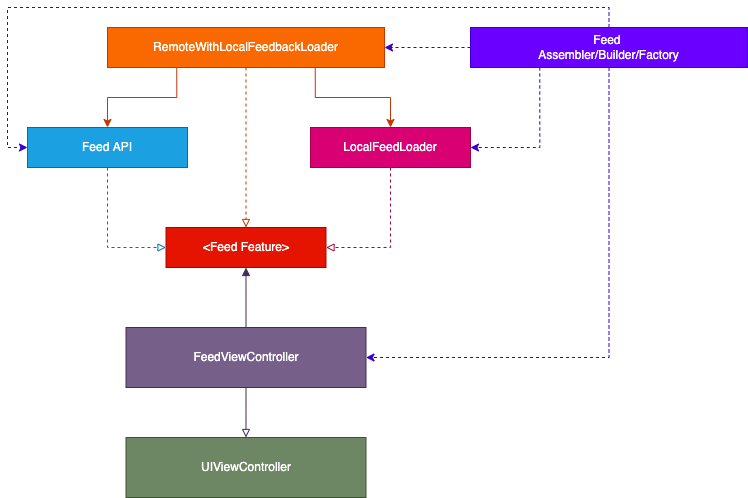
sebspi/essential-feed-case-study keeps this draw.io diagram as architecture.png. Above is the earlier version. Source tidied: cells renumbered, new cells last; positions are measured from the earlier drawing's top-left corner, leaving out a move shared by most shapes.
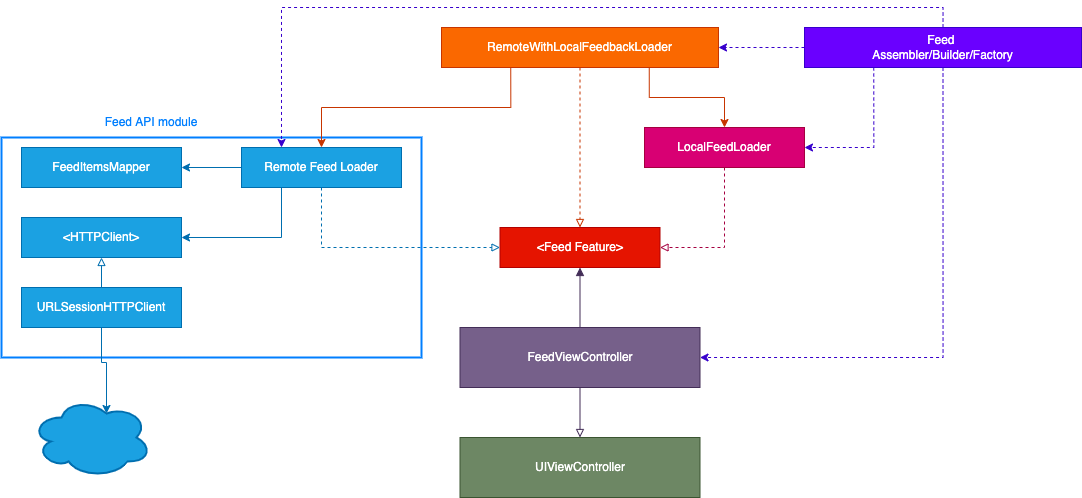
The same diagram one commit later.

Commit message:
Update architecture diagram - Added Feed API module with URLSessionHTTPClient

What changed in the source:
```diff
@@ -2,6 +2,9 @@
   <root>
     <mxCell id="0" />
     <mxCell id="1" parent="0" />
+    <mxCell id="20" style="rounded=0;whiteSpace=wrap;html=1;fillColor=none;strokeWidth=2;strokeColor=#007FFF;" parent="1" vertex="1">
+      <mxGeometry x="-360" y="110" width="420" height="220" as="geometry" />
+    </mxCell>
     <mxCell id="2" style="edgeStyle=orthogonalEdgeStyle;rounded=0;jettySize=auto;html=1;exitX=0.5;exitY=0;exitDx=0;exitDy=0;entryX=0.5;entryY=1;entryDx=0;entryDy=0;fontColor=#FFFFFF;endArrow=block;endFill=1;fillColor=#76608a;strokeColor=#432D57;" parent="1" edge="1" source="4" target="10">
       <mxGeometry relative="1" as="geometry" />
     </mxCell>
@@ -23,8 +26,18 @@
     <mxCell id="8" style="edgeStyle=orthogonalEdgeStyle;rounded=0;jettySize=auto;html=1;exitX=0.5;exitY=1;exitDx=0;exitDy=0;entryX=0;entryY=0.5;entryDx=0;entryDy=0;fontColor=#FFFFFF;endArrow=block;endFill=0;dashed=1;fillColor=#1ba1e2;strokeColor=#006EAF;" parent="1" edge="1" source="9" target="10">
       <mxGeometry relative="1" as="geometry" />
     </mxCell>
+    <mxCell id="21" style="edgeStyle=orthogonalEdgeStyle;rounded=0;jettySize=auto;html=1;exitX=0.25;exitY=1;exitDx=0;exitDy=0;fontColor=#007FFF;fillColor=#1ba1e2;strokeColor=#006EAF;" parent="1" edge="1" source="9" target="24">
+      <mxGeometry relative="1" as="geometry">
+        <Array as="points">
+          <mxPoint x="-80" y="140" />
+        </Array>
+      </mxGeometry>
+    </mxCell>
+    <mxCell id="22" style="edgeStyle=orthogonalEdgeStyle;rounded=0;jettySize=auto;html=1;exitX=0.25;exitY=1;exitDx=0;exitDy=0;entryX=1;entryY=0.5;entryDx=0;entryDy=0;fontColor=#007FFF;fillColor=#1ba1e2;strokeColor=#006EAF;" parent="1" edge="1" source="9" target="25">
+      <mxGeometry relative="1" as="geometry" />
+    </mxCell>
-    <mxCell id="9" value="Feed API" style="rounded=0;whiteSpace=wrap;html=1;fillColor=#1ba1e2;strokeColor=#006EAF;fontColor=#ffffff;" parent="1" vertex="1">
-      <mxGeometry y="100" width="160" height="40" as="geometry" />
+    <mxCell id="9" value="Remote Feed Loader" style="rounded=0;whiteSpace=wrap;html=1;fillColor=#1ba1e2;strokeColor=#006EAF;fontColor=#ffffff;" parent="1" vertex="1">
+      <mxGeometry x="-120" y="120" width="160" height="40" as="geometry" />
     </mxCell>
     <mxCell id="10" value="&amp;lt;Feed Feature&amp;gt;" style="rounded=0;whiteSpace=wrap;html=1;fillColor=#e51400;strokeColor=#B20000;fontColor=#ffffff;" parent="1" vertex="1">
       <mxGeometry x="138.5" y="200" width="160" height="40" as="geometry" />
@@ -50,11 +63,32 @@
     <mxCell id="17" style="edgeStyle=orthogonalEdgeStyle;rounded=0;jettySize=auto;html=1;exitX=0;exitY=0.5;exitDx=0;exitDy=0;entryX=1;entryY=0.5;entryDx=0;entryDy=0;dashed=1;fontColor=#FFFFFF;fillColor=#6a00ff;strokeColor=#3700CC;" parent="1" edge="1" source="19" target="14">
       <mxGeometry relative="1" as="geometry" />
     </mxCell>
-    <mxCell id="18" style="edgeStyle=orthogonalEdgeStyle;rounded=0;jettySize=auto;html=1;exitX=0.5;exitY=0;exitDx=0;exitDy=0;dashed=1;fontColor=#FFFFFF;entryX=0;entryY=0.5;entryDx=0;entryDy=0;fillColor=#6a00ff;strokeColor=#3700CC;" parent="1" edge="1" source="19" target="9">
+    <mxCell id="18" style="edgeStyle=orthogonalEdgeStyle;rounded=0;jettySize=auto;html=1;exitX=0.5;exitY=0;exitDx=0;exitDy=0;dashed=1;fontColor=#FFFFFF;entryX=0.25;entryY=0;entryDx=0;entryDy=0;fillColor=#6a00ff;strokeColor=#3700CC;" parent="1" edge="1" source="19" target="9">
       <mxGeometry relative="1" as="geometry" />
     </mxCell>
     <mxCell id="19" value="Feed &lt;br&gt;Assembler/Builder/Factory" style="rounded=0;whiteSpace=wrap;html=1;fillColor=#6a00ff;strokeColor=#3700CC;fontColor=#ffffff;" parent="1" vertex="1">
       <mxGeometry x="443" width="277" height="40" as="geometry" />
     </mxCell>
+    <mxCell id="23" value="Feed API module" style="text;html=1;strokeColor=none;fillColor=none;align=center;verticalAlign=middle;whiteSpace=wrap;rounded=0;fontColor=#007FFF;" parent="1" vertex="1">
+      <mxGeometry x="-260" y="80" width="100" height="30" as="geometry" />
+    </mxCell>
+    <mxCell id="24" value="FeedItemsMapper" style="rounded=0;whiteSpace=wrap;html=1;fillColor=#1ba1e2;strokeColor=#006EAF;fontColor=#ffffff;" parent="1" vertex="1">
+      <mxGeometry x="-340" y="120" width="160" height="40" as="geometry" />
+    </mxCell>
+    <mxCell id="25" value="&amp;lt;HTTPClient&amp;gt;" style="rounded=0;whiteSpace=wrap;html=1;fillColor=#1ba1e2;strokeColor=#006EAF;fontColor=#ffffff;" parent="1" vertex="1">
+      <mxGeometry x="-340" y="190" width="160" height="40" as="geometry" />
+    </mxCell>
+    <mxCell id="26" style="ellipse;shape=cloud;whiteSpace=wrap;html=1;fontColor=#ffffff;strokeColor=#006EAF;strokeWidth=2;fillColor=#1ba1e2;" parent="1" vertex="1">
+      <mxGeometry x="-330" y="370" width="120" height="80" as="geometry" />
+    </mxCell>
+    <mxCell id="27" style="edgeStyle=orthogonalEdgeStyle;rounded=0;jettySize=auto;html=1;exitX=0.5;exitY=0;exitDx=0;exitDy=0;fontColor=#007FFF;endArrow=block;endFill=0;fillColor=#1ba1e2;strokeColor=#006EAF;" parent="1" edge="1" source="29" target="25">
+      <mxGeometry relative="1" as="geometry" />
+    </mxCell>
+    <mxCell id="28" style="edgeStyle=orthogonalEdgeStyle;rounded=0;jettySize=auto;html=1;exitX=0.5;exitY=1;exitDx=0;exitDy=0;entryX=0.625;entryY=0.2;entryDx=0;entryDy=0;entryPerimeter=0;fontColor=#007FFF;fillColor=#1ba1e2;strokeColor=#006EAF;" parent="1" edge="1" source="29" target="26">
+      <mxGeometry relative="1" as="geometry" />
+    </mxCell>
+    <mxCell id="29" value="URLSessionHTTPClient" style="rounded=0;whiteSpace=wrap;html=1;fillColor=#1ba1e2;strokeColor=#006EAF;fontColor=#ffffff;" parent="1" vertex="1">
+      <mxGeometry x="-340" y="260" width="160" height="40" as="geometry" />
+    </mxCell>
   </root>
 </mxGraphModel>
```
